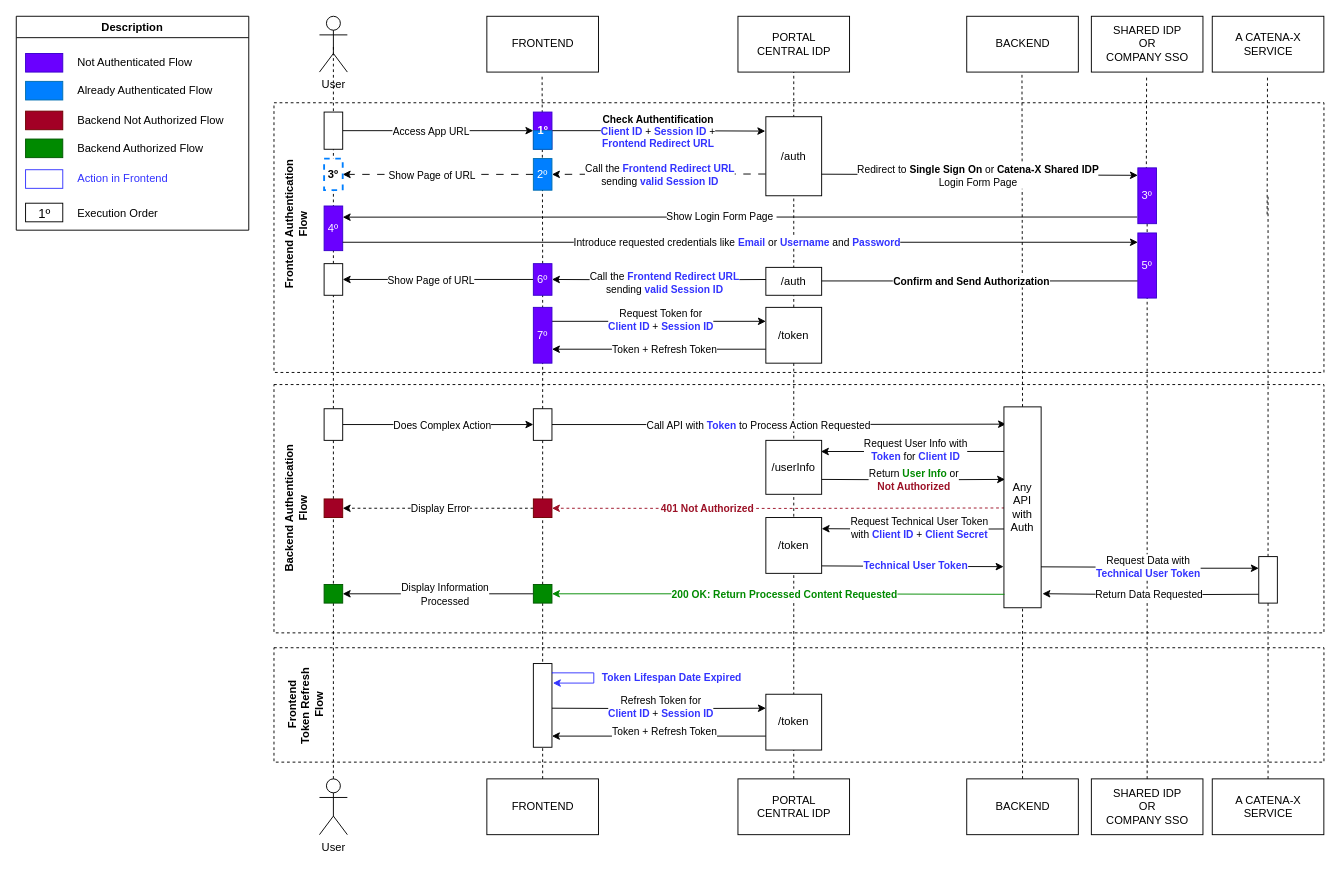
eclipse-tractusx/digital-product-pass keeps this draw.io diagram as docs/arc42/media/diagrams/authenticationFlow.drawio.xml. Above is the earlier version. Source tidied: cells renumbered, new cells numbered last; positions are measured from the earlier drawing's top-left corner, leaving out a move shared by most shapes. Both pictures are drawn from the tidied source at 93%, with x=0, y=0 at pixel (16, 16).
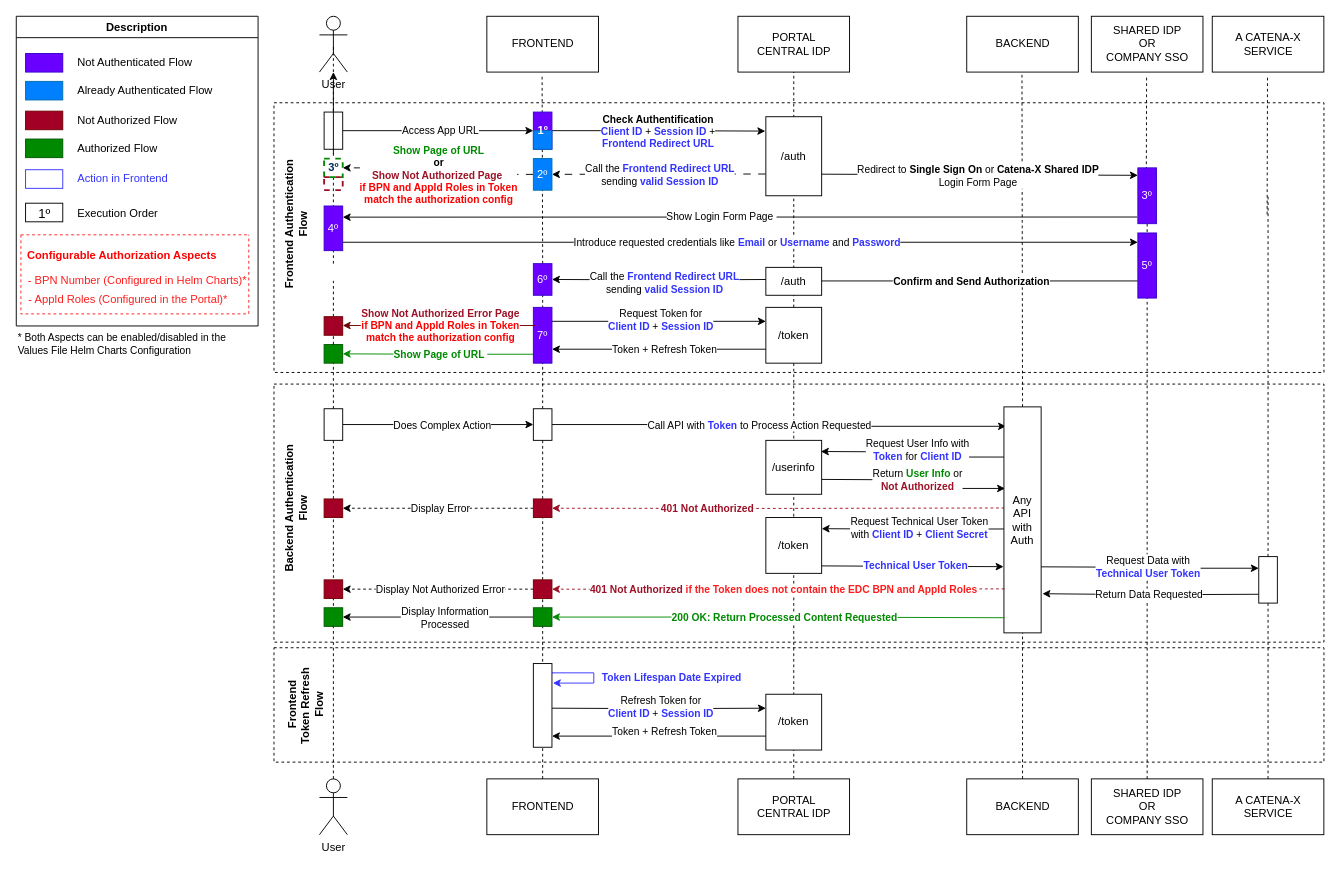
The same diagram, later.

Unchanged cells that the change refers to:
```xml
<mxCell id="30" style="edgeStyle=orthogonalEdgeStyle;rounded=0;jettySize=auto;html=1;entryX=0;entryY=0.5;entryDx=0;entryDy=0;" parent="1" edge="1" source="32" target="35">
  <mxGeometry relative="1" as="geometry" />
</mxCell>
<mxCell id="41" style="edgeStyle=orthogonalEdgeStyle;rounded=0;jettySize=auto;html=1;entryX=1;entryY=0.5;entryDx=0;entryDy=0;dashed=1;dashPattern=8 8;" parent="1" edge="1" source="43" target="48">
  <mxGeometry relative="1" as="geometry" />
</mxCell>
<mxCell id="66" value="6º" style="rounded=0;whiteSpace=wrap;html=1;fillColor=#6a00ff;fontColor=#ffffff;strokeColor=#3700CC;" parent="1" vertex="1">
  <mxGeometry x="556" y="266" width="20" height="34" as="geometry" />
</mxCell>
<mxCell id="74" style="rounded=0;whiteSpace=wrap;html=1;" parent="1" vertex="1">
  <mxGeometry x="331" y="422" width="20" height="34" as="geometry" />
</mxCell>
<mxCell id="90" value="7º" style="rounded=0;whiteSpace=wrap;html=1;fillColor=#6a00ff;fontColor=#ffffff;strokeColor=#3700CC;" parent="1" vertex="1">
  <mxGeometry x="556" y="313" width="20" height="60" as="geometry" />
</mxCell>
<mxCell id="120" value="User&lt;br&gt;" style="shape=umlActor;verticalLabelPosition=bottom;verticalAlign=top;html=1;" parent="1" vertex="1">
  <mxGeometry x="326" width="30" height="60" as="geometry" />
</mxCell>
```

Diff of the diagram source:
```diff
@@
     <mxCell id="2" style="rounded=0;whiteSpace=wrap;html=1;dashed=1;fillColor=none;" parent="1" vertex="1">
-      <mxGeometry x="277.1" y="396" width="1129" height="267" as="geometry" />
+      <mxGeometry x="277.1" y="395.5" width="1129" height="277.5" as="geometry" />
     </mxCell>
@@
     <mxCell id="17" value="Description" style="swimlane;" parent="1" vertex="1">
-      <mxGeometry width="250" height="230" as="geometry" />
+      <mxGeometry width="260" height="333" as="geometry" />
     </mxCell>
@@
+    <mxCell id="138" style="swimlane;startSize=0;dashed=1;fillColor=#ff1500;fontColor=#ffffff;strokeColor=#FF1C1C;" parent="17" vertex="1">
+      <mxGeometry x="5" y="235" width="245" height="85" as="geometry" />
+    </mxCell>
+    <mxCell id="139" value="&lt;b&gt;&lt;font color=&quot;#ff0000&quot;&gt;Configurable Authorization Aspects&lt;/font&gt;&lt;/b&gt;" style="text;html=1;strokeColor=none;fillColor=none;align=left;verticalAlign=middle;whiteSpace=wrap;rounded=0;" parent="138" vertex="1">
+      <mxGeometry x="5" y="8" width="220" height="30" as="geometry" />
+    </mxCell>
+    <mxCell id="140" value="- BPN Number (Configured in Helm Charts)*" style="text;html=1;align=center;verticalAlign=middle;strokeColor=none;fillColor=none;fontColor=#FF1C1C;" parent="138" vertex="1">
+      <mxGeometry x="-5" y="33.5" width="260" height="30" as="geometry" />
+    </mxCell>
+    <mxCell id="141" value="- AppId Roles (Configured in the Portal)*" style="text;html=1;align=center;verticalAlign=middle;strokeColor=none;fillColor=none;fontColor=#FF1C1C;" parent="138" vertex="1">
+      <mxGeometry x="-5" y="55" width="240" height="30" as="geometry" />
+    </mxCell>
@@
     <mxCell id="31" value="Access App URL" style="edgeLabel;html=1;align=center;verticalAlign=middle;" parent="30" vertex="1">
       <mxGeometry x="-0.45" relative="1" as="geometry">
-        <mxPoint x="38" as="offset" />
+        <mxPoint x="48" y="-1" as="offset" />
       </mxGeometry>
     </mxCell>
@@
-    <mxCell id="42" value="Show Page of URL" style="edgeLabel;html=1;align=center;verticalAlign=middle;" parent="41" vertex="1">
+    <mxCell id="42" value="&lt;font color=&quot;#008a00&quot;&gt;&lt;b&gt;Show Page of URL &lt;/b&gt;&lt;br&gt;&lt;/font&gt;&lt;b&gt;or &lt;/b&gt;&lt;br&gt;&lt;font color=&quot;#9c1126&quot;&gt;&lt;b&gt;Show Not Authorized Page&lt;/b&gt;&lt;/font&gt;&amp;nbsp;&lt;br&gt;&lt;font color=&quot;#ff0000&quot;&gt;&lt;b&gt;if BPN and AppId Roles in Token&lt;br style=&quot;border-color: var(--border-color);&quot;&gt;match the authorization config&lt;br&gt;&lt;/b&gt;&lt;/font&gt;" style="edgeLabel;html=1;align=center;verticalAlign=middle;" parent="41" vertex="1">
       <mxGeometry x="-0.09" y="-2" relative="1" as="geometry">
-        <mxPoint x="-17" y="2" as="offset" />
+        <mxPoint x="-7" y="2" as="offset" />
       </mxGeometry>
     </mxCell>
@@
-    <mxCell id="48" value="&lt;b&gt;3º&lt;/b&gt;" style="rounded=0;whiteSpace=wrap;html=1;dashed=1;strokeColor=#007FFF;strokeWidth=2;" parent="1" vertex="1">
-      <mxGeometry x="331" y="153" width="20" height="34" as="geometry" />
+    <mxCell id="48" style="rounded=0;whiteSpace=wrap;html=1;dashed=1;strokeColor=#008A00;strokeWidth=2;" parent="1" vertex="1">
+      <mxGeometry x="331" y="153" width="20" height="20" as="geometry" />
     </mxCell>
@@
-    <mxCell id="62" style="endArrow=none;dashed=1;html=1;rounded=0;entryX=0.5;entryY=0.5;entryDx=0;entryDy=0;entryPerimeter=0;startArrow=none;" parent="1" edge="1" source="74">
+    <mxCell id="62" style="endArrow=none;dashed=1;html=1;rounded=0;entryX=0.5;entryY=0.5;entryDx=0;entryDy=0;entryPerimeter=0;startArrow=none;" parent="1" edge="1" source="151">
       <mxGeometry relative="1" as="geometry">
         <mxPoint x="341" y="284.5" as="targetPoint" />
       </mxGeometry>
     </mxCell>
@@
-    <mxCell id="64" style="edgeStyle=orthogonalEdgeStyle;rounded=0;jettySize=auto;html=1;exitX=0;exitY=0.5;exitDx=0;exitDy=0;" parent="1" edge="1" source="66" target="69">
+    <mxCell id="64" style="edgeStyle=orthogonalEdgeStyle;rounded=0;jettySize=auto;html=1;exitX=0.093;exitY=0.84;exitDx=0;exitDy=0;exitPerimeter=0;fontColor=#008A00;strokeColor=#008A00;" parent="1" edge="1" source="90" target="69">
       <mxGeometry relative="1" as="geometry" />
     </mxCell>
-    <mxCell id="65" value="Show Page of URL" style="edgeLabel;html=1;align=center;verticalAlign=middle;" parent="64" vertex="1">
+    <mxCell id="65" value="&lt;b&gt;Show Page of URL&amp;nbsp;&lt;/b&gt;" style="edgeLabel;html=1;align=center;verticalAlign=middle;fontColor=#008A00;" parent="64" vertex="1">
       <mxGeometry x="0.13" y="-1" relative="1" as="geometry">
-        <mxPoint x="5" y="1" as="offset" />
+        <mxPoint x="14" y="1" as="offset" />
       </mxGeometry>
     </mxCell>
@@
-    <mxCell id="69" style="rounded=0;whiteSpace=wrap;html=1;" parent="1" vertex="1">
-      <mxGeometry x="331" y="266" width="20" height="34" as="geometry" />
-    </mxCell>
@@
     <mxCell id="84" value="Any&lt;br&gt;API&lt;br&gt;with&lt;br&gt;Auth" style="rounded=0;whiteSpace=wrap;html=1;" parent="1" vertex="1">
-      <mxGeometry x="1062" y="420" width="40" height="216" as="geometry" />
+      <mxGeometry x="1062" y="420" width="40" height="243" as="geometry" />
     </mxCell>
@@
-    <mxCell id="94" value="/userInfo" style="rounded=0;whiteSpace=wrap;html=1;" parent="1" vertex="1">
+    <mxCell id="94" value="/userinfo" style="rounded=0;whiteSpace=wrap;html=1;" parent="1" vertex="1">
       <mxGeometry x="806" y="456" width="60" height="58" as="geometry" />
     </mxCell>
@@
     <mxCell id="104" style="rounded=0;whiteSpace=wrap;html=1;fillColor=#008a00;fontColor=#ffffff;strokeColor=#005700;" parent="1" vertex="1">
-      <mxGeometry x="556" y="611" width="20" height="20" as="geometry" />
+      <mxGeometry x="556" y="636" width="20" height="20" as="geometry" />
     </mxCell>
@@
-    <mxCell id="106" value="Backend Not Authorized Flow" style="text;html=1;strokeColor=none;fillColor=none;align=left;verticalAlign=middle;whiteSpace=wrap;rounded=0;" parent="1" vertex="1">
+    <mxCell id="106" value="Not Authorized Flow" style="text;html=1;strokeColor=none;fillColor=none;align=left;verticalAlign=middle;whiteSpace=wrap;rounded=0;" parent="1" vertex="1">
       <mxGeometry x="64" y="97" width="176" height="30" as="geometry" />
     </mxCell>
@@
-    <mxCell id="108" value="Backend Authorized Flow" style="text;html=1;strokeColor=none;fillColor=none;align=left;verticalAlign=middle;whiteSpace=wrap;rounded=0;" parent="1" vertex="1">
+    <mxCell id="108" value="Authorized Flow" style="text;html=1;strokeColor=none;fillColor=none;align=left;verticalAlign=middle;whiteSpace=wrap;rounded=0;" parent="1" vertex="1">
       <mxGeometry x="64" y="127" width="166" height="30" as="geometry" />
     </mxCell>
     <mxCell id="109" style="rounded=0;whiteSpace=wrap;html=1;fillColor=#008a00;fontColor=#ffffff;strokeColor=#005700;" parent="1" vertex="1">
-      <mxGeometry x="331" y="611" width="20" height="20" as="geometry" />
+      <mxGeometry x="331" y="636" width="20" height="20" as="geometry" />
     </mxCell>
@@
+    <mxCell id="142" value="* Both Aspects can be enabled/disabled in the &lt;br&gt;Values File Helm Charts Configuration" style="text;html=1;align=left;verticalAlign=middle;strokeColor=none;fillColor=none;fontSize=11;" parent="1" vertex="1">
+      <mxGeometry y="333" width="250" height="40" as="geometry" />
+    </mxCell>
+    <mxCell id="143" style="edgeStyle=orthogonalEdgeStyle;rounded=0;orthogonalLoop=1;jettySize=auto;html=1;exitX=0.016;exitY=0.72;exitDx=0;exitDy=0;entryX=1;entryY=0.5;entryDx=0;entryDy=0;exitPerimeter=0;dashed=1;fillColor=#a20025;strokeColor=#9C1126;fontColor=#9C1126;" parent="1" edge="1">
+      <mxGeometry relative="1" as="geometry">
+        <mxPoint x="1062.6" y="615.7" as="sourcePoint" />
+        <mxPoint x="576" y="616" as="targetPoint" />
+      </mxGeometry>
+    </mxCell>
+    <mxCell id="144" value="&lt;b style=&quot;&quot;&gt;401 Not Authorized &lt;font color=&quot;#ff1c1c&quot;&gt;if the Token does not contain the EDC BPN and AppId Roles&lt;/font&gt;&lt;/b&gt;" style="edgeLabel;html=1;align=center;verticalAlign=middle;fontColor=#9C1126;" parent="143" vertex="1">
+      <mxGeometry x="0.6" relative="1" as="geometry">
+        <mxPoint x="152" as="offset" />
+      </mxGeometry>
+    </mxCell>
+    <mxCell id="145" style="edgeStyle=orthogonalEdgeStyle;rounded=0;jettySize=auto;html=1;entryX=1;entryY=0.5;entryDx=0;entryDy=0;dashed=1;" parent="1" edge="1" source="147" target="148">
+      <mxGeometry relative="1" as="geometry" />
+    </mxCell>
+    <mxCell id="146" value="Display Not Authorized Error" style="edgeLabel;html=1;align=center;verticalAlign=middle;" parent="145" vertex="1">
+      <mxGeometry x="0.5" relative="1" as="geometry">
+        <mxPoint x="53" as="offset" />
+      </mxGeometry>
+    </mxCell>
+    <mxCell id="147" style="rounded=0;whiteSpace=wrap;html=1;fillColor=#a20025;fontColor=#ffffff;strokeColor=#6F0000;" parent="1" vertex="1">
+      <mxGeometry x="556" y="606" width="20" height="20" as="geometry" />
+    </mxCell>
+    <mxCell id="148" style="rounded=0;whiteSpace=wrap;html=1;fillColor=#a20025;fontColor=#ffffff;strokeColor=#6F0000;" parent="1" vertex="1">
+      <mxGeometry x="331" y="606" width="20" height="20" as="geometry" />
+    </mxCell>
+    <mxCell id="149" style="endArrow=none;dashed=1;html=1;rounded=0;entryX=0.5;entryY=0.5;entryDx=0;entryDy=0;entryPerimeter=0;startArrow=none;" parent="1" edge="1" source="74" target="69">
+      <mxGeometry relative="1" as="geometry" />
+    </mxCell>
+    <mxCell id="69" style="rounded=0;whiteSpace=wrap;html=1;fillColor=#008a00;fontColor=#ffffff;strokeColor=#005700;" parent="1" vertex="1">
+      <mxGeometry x="331" y="353" width="20" height="20" as="geometry" />
+    </mxCell>
+    <mxCell id="150" style="endArrow=none;dashed=1;html=1;rounded=0;entryX=0.5;entryY=0.5;entryDx=0;entryDy=0;entryPerimeter=0;startArrow=none;" parent="1" edge="1" source="69" target="151">
+      <mxGeometry relative="1" as="geometry" />
+    </mxCell>
+    <mxCell id="151" style="rounded=0;whiteSpace=wrap;html=1;fillColor=#a20025;fontColor=#ffffff;strokeColor=#6F0000;" parent="1" vertex="1">
+      <mxGeometry x="331" y="323" width="20" height="20" as="geometry" />
+    </mxCell>
+    <mxCell id="152" style="edgeStyle=orthogonalEdgeStyle;rounded=0;orthogonalLoop=1;jettySize=auto;html=1;exitX=0.093;exitY=0.84;exitDx=0;exitDy=0;exitPerimeter=0;fontColor=#008A00;strokeColor=#6F0000;fillColor=#a20025;" parent="1" edge="1">
+      <mxGeometry relative="1" as="geometry">
+        <mxPoint x="558" y="332.5" as="sourcePoint" />
+        <mxPoint x="351" y="332.5" as="targetPoint" />
+      </mxGeometry>
+    </mxCell>
+    <mxCell id="153" value="&lt;span style=&quot;border-color: var(--border-color);&quot;&gt;&lt;font style=&quot;&quot; color=&quot;#9c1126&quot;&gt;&lt;b&gt;Show Not Authorized Error Page&lt;/b&gt;&lt;/font&gt;&lt;/span&gt;&lt;b style=&quot;border-color: var(--border-color); color: rgb(255, 0, 0);&quot;&gt; &lt;br&gt;&lt;b style=&quot;border-color: var(--border-color);&quot;&gt;if BPN and AppId Roles in Token&lt;br style=&quot;border-color: var(--border-color);&quot;&gt;match the authorization config&lt;/b&gt;&lt;br&gt;&lt;/b&gt;" style="edgeLabel;html=1;align=center;verticalAlign=middle;fontColor=#008A00;" parent="152" vertex="1">
+      <mxGeometry x="0.13" y="-1" relative="1" as="geometry">
+        <mxPoint x="14" y="1" as="offset" />
+      </mxGeometry>
+    </mxCell>
+    <mxCell id="154" style="rounded=0;whiteSpace=wrap;html=1;fillColor=none;fontColor=#ffffff;strokeColor=#9C1126;strokeWidth=2;dashed=1;" parent="1" vertex="1">
+      <mxGeometry x="331" y="173" width="20" height="14" as="geometry" />
+    </mxCell>
+    <mxCell id="155" style="edgeStyle=orthogonalEdgeStyle;rounded=0;jettySize=auto;html=1;" parent="1" edge="1" source="156" target="120">
+      <mxGeometry relative="1" as="geometry" />
+    </mxCell>
+    <mxCell id="156" value="&lt;b style=&quot;&quot;&gt;&lt;font color=&quot;#002c59&quot;&gt;3º&lt;/font&gt;&lt;/b&gt;" style="text;html=1;align=center;verticalAlign=middle;points=[];strokeColor=none;fillColor=none;" parent="1" vertex="1">
+      <mxGeometry x="326" y="148" width="30" height="30" as="geometry" />
+    </mxCell>
```
